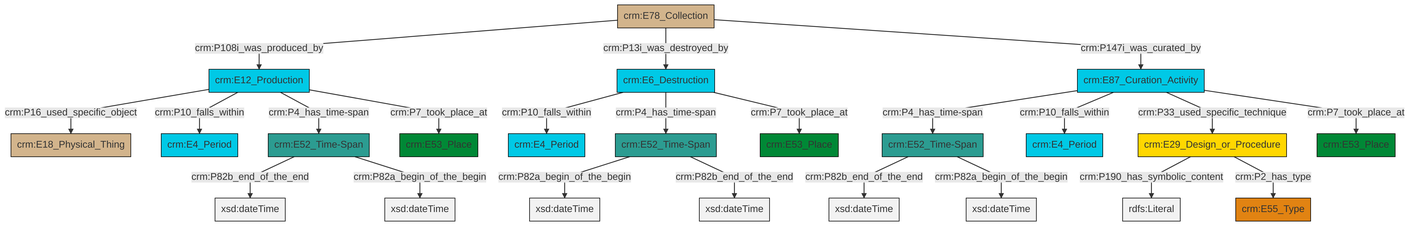
swiss-art-research-net/docs.swissartresearch keeps this Mermaid diagram as et/archivalCSV/ttl/mmd/png/archival_existence.png. Above is the earlier version. Its source is kept beside it as et/archivalCSV/ttl/mmd/archival_existence.ttl.mmd.
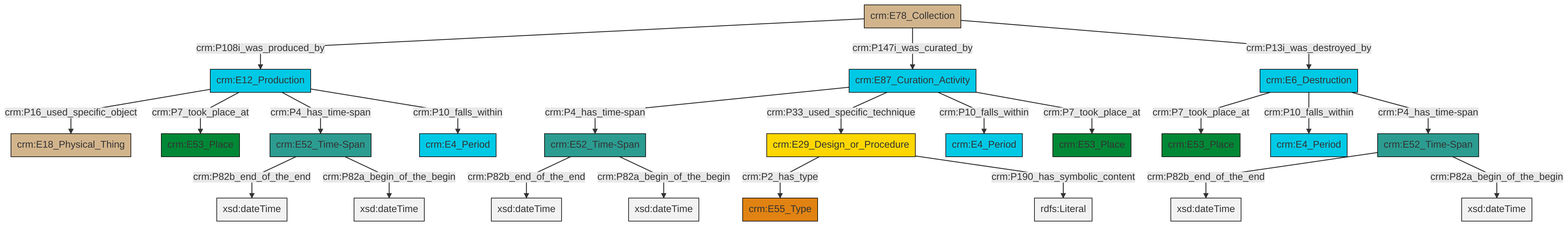
Later version of the same file.

Change to the diagram source:
```diff
@@ -13,25 +13,25 @@
 classDef PC_Classes fill:#4ce600, stroke:#000000;
 classDef Multi fill:#cccccc,stroke:#000000;
 
-0["crm:E78_Collection"]:::Physical_Thing -->|crm:P108i_was_produced_by| 1["crm:E12_Production"]:::Temporal_Entity
-1["crm:E12_Production"]:::Temporal_Entity -->|crm:P16_used_specific_object| 4["crm:E18_Physical_Thing"]:::Physical_Thing
-5["crm:E52_Time-Span"]:::Time-Span -->|crm:P82a_begin_of_the_begin| 6[xsd:dateTime]:::Literal
-7["crm:E52_Time-Span"]:::Time-Span -->|crm:P82b_end_of_the_end| 8[xsd:dateTime]:::Literal
-9["crm:E87_Curation_Activity"]:::Temporal_Entity -->|crm:P4_has_time-span| 7["crm:E52_Time-Span"]:::Time-Span
-1["crm:E12_Production"]:::Temporal_Entity -->|crm:P10_falls_within| 10["crm:E4_Period"]:::Temporal_Entity
-12["crm:E6_Destruction"]:::Temporal_Entity -->|crm:P10_falls_within| 13["crm:E4_Period"]:::Temporal_Entity
-9["crm:E87_Curation_Activity"]:::Temporal_Entity -->|crm:P10_falls_within| 17["crm:E4_Period"]:::Temporal_Entity
-12["crm:E6_Destruction"]:::Temporal_Entity -->|crm:P4_has_time-span| 5["crm:E52_Time-Span"]:::Time-Span
-0["crm:E78_Collection"]:::Physical_Thing -->|crm:P13i_was_destroyed_by| 12["crm:E6_Destruction"]:::Temporal_Entity
-19["crm:E29_Design_or_Procedure"]:::Conceptual_Object -->|crm:P190_has_symbolic_content| 24[rdfs:Literal]:::Literal
-0["crm:E78_Collection"]:::Physical_Thing -->|crm:P147i_was_curated_by| 9["crm:E87_Curation_Activity"]:::Temporal_Entity
-1["crm:E12_Production"]:::Temporal_Entity -->|crm:P4_has_time-span| 2["crm:E52_Time-Span"]:::Time-Span
-9["crm:E87_Curation_Activity"]:::Temporal_Entity -->|crm:P33_used_specific_technique| 19["crm:E29_Design_or_Procedure"]:::Conceptual_Object
-9["crm:E87_Curation_Activity"]:::Temporal_Entity -->|crm:P7_took_place_at| 14["crm:E53_Place"]:::Place
-1["crm:E12_Production"]:::Temporal_Entity -->|crm:P7_took_place_at| 21["crm:E53_Place"]:::Place
-12["crm:E6_Destruction"]:::Temporal_Entity -->|crm:P7_took_place_at| 31["crm:E53_Place"]:::Place
-7["crm:E52_Time-Span"]:::Time-Span -->|crm:P82a_begin_of_the_begin| 32[xsd:dateTime]:::Literal
-2["crm:E52_Time-Span"]:::Time-Span -->|crm:P82b_end_of_the_end| 33[xsd:dateTime]:::Literal
-5["crm:E52_Time-Span"]:::Time-Span -->|crm:P82b_end_of_the_end| 35[xsd:dateTime]:::Literal
-2["crm:E52_Time-Span"]:::Time-Span -->|crm:P82a_begin_of_the_begin| 36[xsd:dateTime]:::Literal
-19["crm:E29_Design_or_Procedure"]:::Conceptual_Object -->|crm:P2_has_type| 28["crm:E55_Type"]:::Type
+2["crm:E87_Curation_Activity"]:::Temporal_Entity -->|crm:P4_has_time-span| 3["crm:E52_Time-Span"]:::Time-Span
+4["crm:E29_Design_or_Procedure"]:::Conceptual_Object -->|crm:P2_has_type| 5["crm:E55_Type"]:::Type
+6["crm:E52_Time-Span"]:::Time-Span -->|crm:P82b_end_of_the_end| 7[xsd:dateTime]:::Literal
+8["crm:E6_Destruction"]:::Temporal_Entity -->|crm:P7_took_place_at| 9["crm:E53_Place"]:::Place
+0["crm:E78_Collection"]:::Physical_Thing -->|crm:P108i_was_produced_by| 13["crm:E12_Production"]:::Temporal_Entity
+13["crm:E12_Production"]:::Temporal_Entity -->|crm:P16_used_specific_object| 17["crm:E18_Physical_Thing"]:::Physical_Thing
+0["crm:E78_Collection"]:::Physical_Thing -->|crm:P147i_was_curated_by| 2["crm:E87_Curation_Activity"]:::Temporal_Entity
+3["crm:E52_Time-Span"]:::Time-Span -->|crm:P82b_end_of_the_end| 21[xsd:dateTime]:::Literal
+4["crm:E29_Design_or_Procedure"]:::Conceptual_Object -->|crm:P190_has_symbolic_content| 23[rdfs:Literal]:::Literal
+8["crm:E6_Destruction"]:::Temporal_Entity -->|crm:P10_falls_within| 24["crm:E4_Period"]:::Temporal_Entity
+2["crm:E87_Curation_Activity"]:::Temporal_Entity -->|crm:P33_used_specific_technique| 4["crm:E29_Design_or_Procedure"]:::Conceptual_Object
+13["crm:E12_Production"]:::Temporal_Entity -->|crm:P7_took_place_at| 18["crm:E53_Place"]:::Place
+14["crm:E52_Time-Span"]:::Time-Span -->|crm:P82b_end_of_the_end| 28[xsd:dateTime]:::Literal
+8["crm:E6_Destruction"]:::Temporal_Entity -->|crm:P4_has_time-span| 6["crm:E52_Time-Span"]:::Time-Span
+2["crm:E87_Curation_Activity"]:::Temporal_Entity -->|crm:P10_falls_within| 29["crm:E4_Period"]:::Temporal_Entity
+2["crm:E87_Curation_Activity"]:::Temporal_Entity -->|crm:P7_took_place_at| 31["crm:E53_Place"]:::Place
+13["crm:E12_Production"]:::Temporal_Entity -->|crm:P4_has_time-span| 14["crm:E52_Time-Span"]:::Time-Span
+6["crm:E52_Time-Span"]:::Time-Span -->|crm:P82a_begin_of_the_begin| 34[xsd:dateTime]:::Literal
+0["crm:E78_Collection"]:::Physical_Thing -->|crm:P13i_was_destroyed_by| 8["crm:E6_Destruction"]:::Temporal_Entity
+13["crm:E12_Production"]:::Temporal_Entity -->|crm:P10_falls_within| 11["crm:E4_Period"]:::Temporal_Entity
+14["crm:E52_Time-Span"]:::Time-Span -->|crm:P82a_begin_of_the_begin| 35[xsd:dateTime]:::Literal
+3["crm:E52_Time-Span"]:::Time-Span -->|crm:P82a_begin_of_the_begin| 36[xsd:dateTime]:::Literal
```
